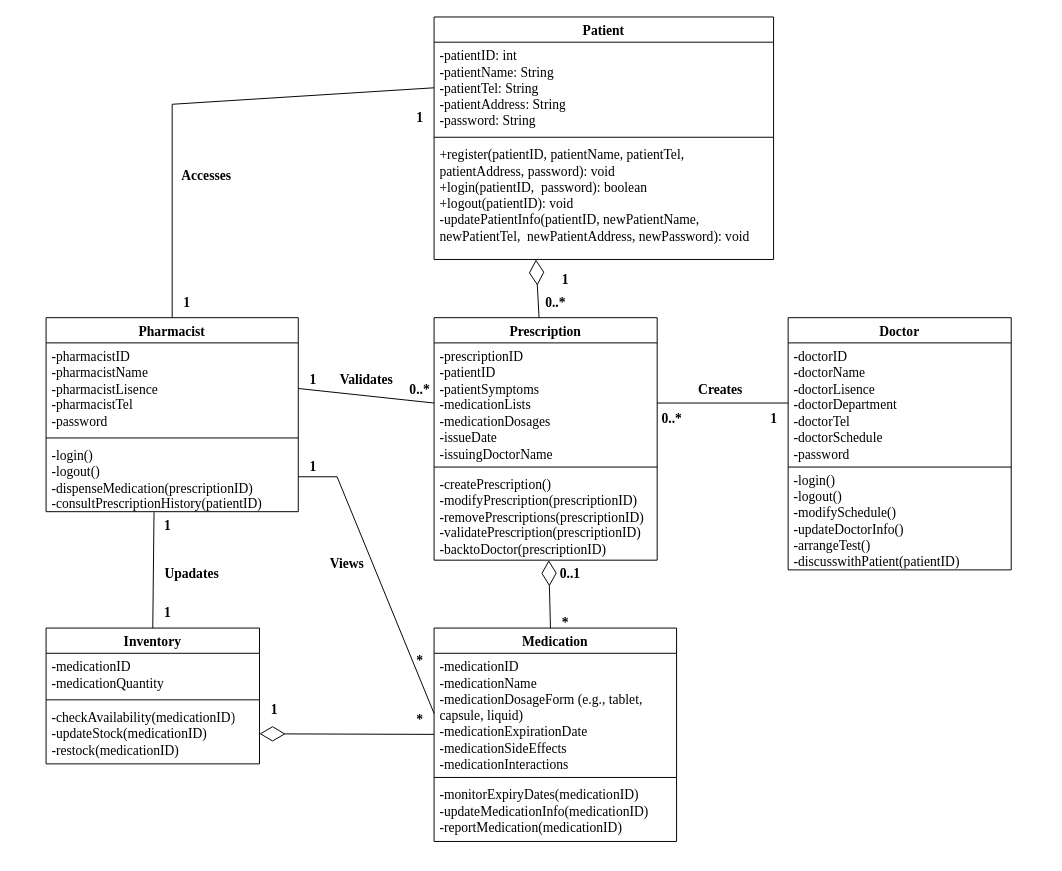
This is Class Diagram_Pharmacy.drawio from FOMOKN/Software-Engineering, a draw.io file, before an edit. Source tidied: cells renumbered, new cells numbered last; positions are measured from the earlier drawing's top-left corner, leaving out a move shared by most shapes. Both pictures are drawn from the tidied source at 97%, with x=0, y=0 at pixel (46, 16).
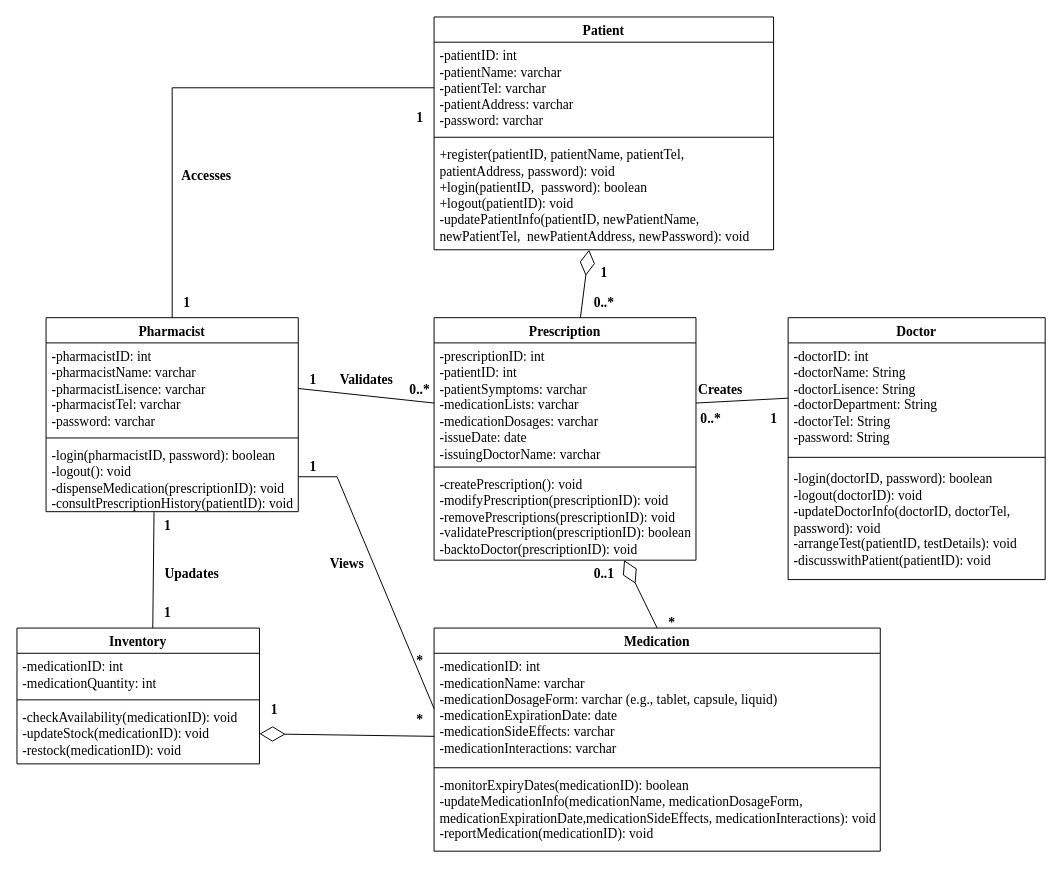
Above is the later version.

Unchanged cells that the change refers to:
```xml
<mxCell id="10" value="&lt;font style=&quot;font-size: 14px;&quot; face=&quot;Times New Roman&quot;&gt;Pharmacist&lt;/font&gt;" style="swimlane;fontStyle=1;align=center;verticalAlign=top;horizontal=1;startSize=26;whiteSpace=wrap;html=1;" parent="1" vertex="1">
  <mxGeometry y="310" width="260" height="200" as="geometry" />
</mxCell>
```

Change to the diagram source:
```diff
@@
     <mxCell id="2" value="Medication" style="swimlane;fontStyle=1;align=center;verticalAlign=top;horizontal=1;startSize=26;whiteSpace=wrap;html=1;fontFamily=Times New Roman;fontSize=14;" parent="1" vertex="1">
-      <mxGeometry x="400" y="630" width="250" height="220" as="geometry" />
+      <mxGeometry x="400" y="630" width="460" height="230" as="geometry" />
     </mxCell>
-    <mxCell id="3" value="-medicationID&lt;br&gt;-medicationName&lt;br style=&quot;font-size: 14px;&quot;&gt;-medicationDosageForm (e.g., tablet, capsule, liquid)&lt;br style=&quot;font-size: 14px;&quot;&gt;-medicationExpirationDate&lt;br&gt;-medicationSideEffects&lt;br&gt;-medicationInteractions" style="text;strokeColor=none;fillColor=none;align=left;verticalAlign=top;spacingLeft=4;spacingRight=4;overflow=hidden;points=[[0,0.5],[1,0.5]];portConstraint=eastwest;whiteSpace=wrap;html=1;fontFamily=Times New Roman;fontSize=14;" parent="2" vertex="1">
-      <mxGeometry y="26" width="250" height="124" as="geometry" />
+    <mxCell id="3" value="-medicationID:&amp;nbsp;int&lt;br&gt;-medicationName: varchar&lt;br style=&quot;font-size: 14px;&quot;&gt;-medicationDosageForm: varchar (e.g., tablet, capsule, liquid)&lt;br style=&quot;font-size: 14px;&quot;&gt;-medicationExpirationDate: date&lt;br&gt;-medicationSideEffects: varchar&lt;br&gt;-medicationInteractions: varchar" style="text;strokeColor=none;fillColor=none;align=left;verticalAlign=top;spacingLeft=4;spacingRight=4;overflow=hidden;points=[[0,0.5],[1,0.5]];portConstraint=eastwest;whiteSpace=wrap;html=1;fontFamily=Times New Roman;fontSize=14;" parent="2" vertex="1">
+      <mxGeometry y="26" width="460" height="114" as="geometry" />
     </mxCell>
     <mxCell id="4" style="line;strokeWidth=1;fillColor=none;align=left;verticalAlign=middle;spacingTop=-1;spacingLeft=3;spacingRight=3;labelPosition=right;strokeColor=inherit;" parent="2" vertex="1">
-      <mxGeometry y="150" width="250" height="8" as="geometry" />
+      <mxGeometry y="140" width="460" height="8" as="geometry" />
     </mxCell>
-    <mxCell id="5" value="-monitorExpiryDates(medicationID)&lt;br&gt;-updateMedicationInfo(medicationID)&lt;br&gt;-reportMedication(medicationID)" style="text;strokeColor=none;fillColor=none;align=left;verticalAlign=top;spacingLeft=4;spacingRight=4;overflow=hidden;whiteSpace=wrap;html=1;fontFamily=Times New Roman;fontSize=14;" parent="2" vertex="1">
-      <mxGeometry y="158" width="250" height="62" as="geometry" />
+    <mxCell id="5" value="-monitorExpiryDates(medicationID):&amp;nbsp;boolean&lt;br&gt;-updateMedicationInfo(medicationName, medicationDosageForm, medicationExpirationDate,medicationSideEffects, medicationInteractions):&amp;nbsp;void&lt;br&gt;-reportMedication(medicationID):&amp;nbsp;void" style="text;strokeColor=none;fillColor=none;align=left;verticalAlign=top;spacingLeft=4;spacingRight=4;overflow=hidden;whiteSpace=wrap;html=1;fontFamily=Times New Roman;fontSize=14;" parent="2" vertex="1">
+      <mxGeometry y="148" width="460" height="82" as="geometry" />
     </mxCell>
     <mxCell id="6" value="Inventory" style="swimlane;fontStyle=1;align=center;verticalAlign=top;horizontal=1;startSize=26;whiteSpace=wrap;html=1;fontFamily=Times New Roman;fontSize=14;" parent="1" vertex="1">
-      <mxGeometry y="630" width="220" height="140" as="geometry" />
+      <mxGeometry x="-30" y="630" width="250" height="140" as="geometry" />
     </mxCell>
-    <mxCell id="7" value="-medicationID&lt;br style=&quot;font-size: 14px;&quot;&gt;-medicationQuantity" style="text;strokeColor=none;fillColor=none;align=left;verticalAlign=top;spacingLeft=4;spacingRight=4;overflow=hidden;whiteSpace=wrap;html=1;fontFamily=Times New Roman;fontSize=14;" parent="6" vertex="1">
-      <mxGeometry y="26" width="220" height="44" as="geometry" />
+    <mxCell id="7" value="-medicationID: int&lt;br style=&quot;font-size: 14px;&quot;&gt;-medicationQuantity: int" style="text;strokeColor=none;fillColor=none;align=left;verticalAlign=top;spacingLeft=4;spacingRight=4;overflow=hidden;whiteSpace=wrap;html=1;fontFamily=Times New Roman;fontSize=14;" parent="6" vertex="1">
+      <mxGeometry y="26" width="250" height="44" as="geometry" />
     </mxCell>
     <mxCell id="8" style="line;strokeWidth=1;fillColor=none;align=left;verticalAlign=middle;spacingTop=-1;spacingLeft=3;spacingRight=3;labelPosition=right;strokeColor=inherit;" parent="6" vertex="1">
-      <mxGeometry y="70" width="220" height="8" as="geometry" />
+      <mxGeometry y="70" width="250" height="8" as="geometry" />
     </mxCell>
-    <mxCell id="9" value="-checkAvailability(medicationID)&lt;br&gt;-updateStock(medicationID)&lt;br&gt;-restock(medicationID)" style="text;strokeColor=none;fillColor=none;align=left;verticalAlign=top;spacingLeft=4;spacingRight=4;overflow=hidden;points=[[0,0.5],[1,0.5]];portConstraint=eastwest;whiteSpace=wrap;html=1;fontFamily=Times New Roman;fontSize=14;" parent="6" vertex="1">
-      <mxGeometry y="78" width="220" height="62" as="geometry" />
+    <mxCell id="9" value="-checkAvailability(medicationID): void&lt;br&gt;-updateStock(medicationID): void&lt;br&gt;-restock(medicationID): void" style="text;strokeColor=none;fillColor=none;align=left;verticalAlign=top;spacingLeft=4;spacingRight=4;overflow=hidden;points=[[0,0.5],[1,0.5]];portConstraint=eastwest;whiteSpace=wrap;html=1;fontFamily=Times New Roman;fontSize=14;" parent="6" vertex="1">
+      <mxGeometry y="78" width="250" height="62" as="geometry" />
     </mxCell>
@@
-    <mxCell id="11" value="-pharmacistID&lt;br&gt;-pharmacistName&lt;br style=&quot;font-size: 14px;&quot;&gt;-pharmacistLisence&lt;br&gt;-pharmacistTel&lt;br&gt;-password" style="text;strokeColor=none;fillColor=none;align=left;verticalAlign=top;spacingLeft=4;spacingRight=4;overflow=hidden;points=[[0,0.5],[1,0.5]];portConstraint=eastwest;whiteSpace=wrap;html=1;fontFamily=Times New Roman;fontSize=14;" parent="10" vertex="1">
+    <mxCell id="11" value="-pharmacistID: int&lt;br&gt;-pharmacistName: varchar&lt;br style=&quot;font-size: 14px;&quot;&gt;-pharmacistLisence: varchar&lt;br&gt;-pharmacistTel: varchar&lt;br&gt;-password: varchar" style="text;strokeColor=none;fillColor=none;align=left;verticalAlign=top;spacingLeft=4;spacingRight=4;overflow=hidden;points=[[0,0.5],[1,0.5]];portConstraint=eastwest;whiteSpace=wrap;html=1;fontFamily=Times New Roman;fontSize=14;" parent="10" vertex="1">
       <mxGeometry y="26" width="260" height="94" as="geometry" />
     </mxCell>
@@
-    <mxCell id="13" value="&lt;font style=&quot;font-size: 14px;&quot;&gt;-login()&lt;br style=&quot;border-color: var(--border-color);&quot;&gt;-logout()&lt;br&gt;-dispenseMedication(prescriptionID)&lt;br style=&quot;font-size: 14px;&quot;&gt;&lt;/font&gt;&lt;font style=&quot;font-size: 14px;&quot;&gt;-consultPrescriptionHistory(patientID)&lt;br&gt;&lt;br&gt;&lt;br style=&quot;font-size: 14px;&quot;&gt;&lt;/font&gt;" style="text;strokeColor=none;fillColor=none;align=left;verticalAlign=top;spacingLeft=4;spacingRight=4;overflow=hidden;points=[[0,0.5],[1,0.5]];portConstraint=eastwest;whiteSpace=wrap;html=1;fontFamily=Times New Roman;fontSize=14;" parent="10" vertex="1">
+    <mxCell id="13" value="&lt;font style=&quot;font-size: 14px;&quot;&gt;-login(pharmacistID, password): boolean&lt;br style=&quot;border-color: var(--border-color);&quot;&gt;-logout(): void&lt;br&gt;-dispenseMedication(prescriptionID): void&lt;br style=&quot;font-size: 14px;&quot;&gt;&lt;/font&gt;&lt;font style=&quot;font-size: 14px;&quot;&gt;-consultPrescriptionHistory(patientID): void&lt;br&gt;&lt;br&gt;&lt;br style=&quot;font-size: 14px;&quot;&gt;&lt;/font&gt;" style="text;strokeColor=none;fillColor=none;align=left;verticalAlign=top;spacingLeft=4;spacingRight=4;overflow=hidden;points=[[0,0.5],[1,0.5]];portConstraint=eastwest;whiteSpace=wrap;html=1;fontFamily=Times New Roman;fontSize=14;" parent="10" vertex="1">
       <mxGeometry y="128" width="260" height="72" as="geometry" />
     </mxCell>
@@
     <mxCell id="15" value="*" style="text;html=1;align=center;verticalAlign=middle;strokeColor=none;fillColor=none;fontFamily=Times New Roman;fontSize=14;fontStyle=1;" parent="1" vertex="1">
-      <mxGeometry x="520" y="610" width="30" height="30" as="geometry" />
+      <mxGeometry x="630" y="610" width="30" height="30" as="geometry" />
     </mxCell>
     <mxCell id="16" value="0..1" style="text;html=1;align=center;verticalAlign=middle;strokeColor=none;fillColor=none;fontSize=14;fontFamily=Times New Roman;fontStyle=1;" parent="1" vertex="1">
-      <mxGeometry x="520" y="560" width="40" height="30" as="geometry" />
+      <mxGeometry x="555" y="560" width="40" height="30" as="geometry" />
     </mxCell>
@@
     <mxCell id="19" value="&lt;font style=&quot;font-size: 14px;&quot;&gt;Prescription&lt;/font&gt;" style="swimlane;fontStyle=1;align=center;verticalAlign=top;horizontal=1;startSize=26;whiteSpace=wrap;html=1;fontFamily=Times New Roman;" parent="1" vertex="1">
-      <mxGeometry x="400" y="310" width="230" height="250" as="geometry" />
+      <mxGeometry x="400" y="310" width="270" height="250" as="geometry" />
     </mxCell>
-    <mxCell id="20" value="-prescriptionID&lt;br style=&quot;border-color: var(--border-color);&quot;&gt;-patientID&lt;br style=&quot;border-color: var(--border-color);&quot;&gt;-patientSymptoms&lt;br style=&quot;border-color: var(--border-color);&quot;&gt;-medicationLists&lt;br style=&quot;border-color: var(--border-color);&quot;&gt;-medicationDosages&lt;br style=&quot;border-color: var(--border-color);&quot;&gt;-issueDate&lt;br style=&quot;border-color: var(--border-color);&quot;&gt;-issuingDoctorName" style="text;strokeColor=none;fillColor=none;align=left;verticalAlign=top;spacingLeft=4;spacingRight=4;overflow=hidden;points=[[0,0.5],[1,0.5]];portConstraint=eastwest;whiteSpace=wrap;html=1;fontFamily=Times New Roman;fontSize=14;" parent="19" vertex="1">
-      <mxGeometry y="26" width="230" height="124" as="geometry" />
+    <mxCell id="20" value="-prescriptionID: int&lt;br style=&quot;border-color: var(--border-color);&quot;&gt;-patientID: int&lt;br style=&quot;border-color: var(--border-color);&quot;&gt;-patientSymptoms:&amp;nbsp;varchar&lt;br style=&quot;border-color: var(--border-color);&quot;&gt;-medicationLists:&amp;nbsp;varchar&lt;br style=&quot;border-color: var(--border-color);&quot;&gt;-medicationDosages:&amp;nbsp;varchar&lt;br style=&quot;border-color: var(--border-color);&quot;&gt;-issueDate: date&lt;br style=&quot;border-color: var(--border-color);&quot;&gt;-issuingDoctorName:&amp;nbsp;varchar" style="text;strokeColor=none;fillColor=none;align=left;verticalAlign=top;spacingLeft=4;spacingRight=4;overflow=hidden;points=[[0,0.5],[1,0.5]];portConstraint=eastwest;whiteSpace=wrap;html=1;fontFamily=Times New Roman;fontSize=14;" parent="19" vertex="1">
+      <mxGeometry y="26" width="270" height="124" as="geometry" />
     </mxCell>
     <mxCell id="21" style="line;strokeWidth=1;fillColor=none;align=left;verticalAlign=middle;spacingTop=-1;spacingLeft=3;spacingRight=3;labelPosition=right;strokeColor=inherit;" parent="19" vertex="1">
-      <mxGeometry y="150" width="230" height="8" as="geometry" />
+      <mxGeometry y="150" width="270" height="8" as="geometry" />
     </mxCell>
-    <mxCell id="22" value="-createPrescription()&lt;br style=&quot;border-color: var(--border-color);&quot;&gt;-modifyPrescription(prescriptionID)&lt;br style=&quot;border-color: var(--border-color);&quot;&gt;-removePrescriptions(prescriptionID)&lt;br&gt;-validatePrescription(prescriptionID)&lt;br&gt;-backtoDoctor(prescriptionID)" style="text;strokeColor=none;fillColor=none;align=left;verticalAlign=top;spacingLeft=4;spacingRight=4;overflow=hidden;whiteSpace=wrap;html=1;fontFamily=Times New Roman;fontSize=14;" parent="19" vertex="1">
-      <mxGeometry y="158" width="230" height="92" as="geometry" />
+    <mxCell id="22" value="-createPrescription():&amp;nbsp;void&lt;br style=&quot;border-color: var(--border-color);&quot;&gt;-modifyPrescription(prescriptionID):&amp;nbsp;void&lt;br style=&quot;border-color: var(--border-color);&quot;&gt;-removePrescriptions(prescriptionID):&amp;nbsp;void&lt;br&gt;-validatePrescription(prescriptionID): boolean&lt;br&gt;-backtoDoctor(prescriptionID):&amp;nbsp;void" style="text;strokeColor=none;fillColor=none;align=left;verticalAlign=top;spacingLeft=4;spacingRight=4;overflow=hidden;whiteSpace=wrap;html=1;fontFamily=Times New Roman;fontSize=14;" parent="19" vertex="1">
+      <mxGeometry y="158" width="270" height="92" as="geometry" />
     </mxCell>
-    <mxCell id="23" style="endArrow=diamondThin;endFill=0;endSize=24;html=1;rounded=0;exitX=0.48;exitY=0;exitDx=0;exitDy=0;exitPerimeter=0;" parent="1" edge="1" source="2" target="19">
+    <mxCell id="23" style="endArrow=diamondThin;endFill=0;endSize=24;html=1;rounded=0;exitX=0.5;exitY=0;exitDx=0;exitDy=0;" parent="1" edge="1" source="2" target="19">
       <mxGeometry relative="1" as="geometry" />
     </mxCell>
     <mxCell id="24" value="&lt;font style=&quot;font-size: 14px;&quot; face=&quot;Times New Roman&quot;&gt;Doctor&lt;/font&gt;" style="swimlane;fontStyle=1;align=center;verticalAlign=top;horizontal=1;startSize=26;whiteSpace=wrap;html=1;" parent="1" vertex="1">
-      <mxGeometry x="765" y="310" width="230" height="260" as="geometry" />
+      <mxGeometry x="765" y="310" width="265" height="270" as="geometry" />
     </mxCell>
-    <mxCell id="25" value="-doctorID&lt;br style=&quot;font-size: 14px;&quot;&gt;-doctorName&lt;br&gt;-doctorLisence&lt;br style=&quot;font-size: 14px;&quot;&gt;-doctorDepartment&lt;br style=&quot;font-size: 14px;&quot;&gt;-doctorTel&lt;br style=&quot;font-size: 14px;&quot;&gt;-doctorSchedule&lt;br&gt;-password" style="text;strokeColor=none;fillColor=none;align=left;verticalAlign=top;spacingLeft=4;spacingRight=4;overflow=hidden;points=[[0,0.5],[1,0.5]];portConstraint=eastwest;whiteSpace=wrap;html=1;fontFamily=Times New Roman;fontStyle=0;fontSize=14;" parent="24" vertex="1">
-      <mxGeometry y="26" width="230" height="124" as="geometry" />
+    <mxCell id="25" value="-doctorID: int&lt;br style=&quot;border-color: var(--border-color);&quot;&gt;-doctorName: String&lt;br&gt;-doctorLisence:&amp;nbsp;String&lt;br style=&quot;font-size: 14px;&quot;&gt;-doctorDepartment:&amp;nbsp;String&lt;br style=&quot;font-size: 14px;&quot;&gt;-doctorTel:&amp;nbsp;String&lt;br&gt;-password:&amp;nbsp;String" style="text;strokeColor=none;fillColor=none;align=left;verticalAlign=top;spacingLeft=4;spacingRight=4;overflow=hidden;points=[[0,0.5],[1,0.5]];portConstraint=eastwest;whiteSpace=wrap;html=1;fontFamily=Times New Roman;fontStyle=0;fontSize=14;" parent="24" vertex="1">
+      <mxGeometry y="26" width="265" height="114" as="geometry" />
     </mxCell>
     <mxCell id="26" style="line;strokeWidth=1;fillColor=none;align=left;verticalAlign=middle;spacingTop=-1;spacingLeft=3;spacingRight=3;labelPosition=right;strokeColor=inherit;" parent="24" vertex="1">
-      <mxGeometry y="150" width="230" height="8" as="geometry" />
+      <mxGeometry y="140" width="265" height="8" as="geometry" />
     </mxCell>
-    <mxCell id="27" value="-login()&lt;br&gt;-logout()&lt;br style=&quot;font-size: 14px;&quot;&gt;-modifySchedule()&lt;br style=&quot;font-size: 14px;&quot;&gt;-updateDoctorInfo()&lt;br style=&quot;font-size: 14px;&quot;&gt;-arrangeTest()&lt;br&gt;-discusswithPatient(patientID)" style="text;strokeColor=none;fillColor=none;align=left;verticalAlign=middle;spacingLeft=4;spacingRight=4;overflow=hidden;whiteSpace=wrap;html=1;fontSize=14;fontFamily=Times New Roman;" parent="24" vertex="1">
-      <mxGeometry y="158" width="230" height="102" as="geometry" />
+    <mxCell id="27" value="-login(doctorID, password):&amp;nbsp;boolean&lt;br&gt;-logout(doctorID):&amp;nbsp;void&lt;br style=&quot;font-size: 14px;&quot;&gt;-updateDoctorInfo(doctorID, doctorTel, password):&amp;nbsp;void&lt;br style=&quot;font-size: 14px;&quot;&gt;-arrangeTest(patientID, testDetails):&amp;nbsp;void&lt;br&gt;-discusswithPatient(patientID): void" style="text;strokeColor=none;fillColor=none;align=left;verticalAlign=middle;spacingLeft=4;spacingRight=4;overflow=hidden;whiteSpace=wrap;html=1;fontSize=14;fontFamily=Times New Roman;" parent="24" vertex="1">
+      <mxGeometry y="148" width="265" height="122" as="geometry" />
     </mxCell>
     <mxCell id="28" value="Patient" style="swimlane;fontStyle=1;align=center;verticalAlign=top;horizontal=1;startSize=26;whiteSpace=wrap;html=1;fontFamily=Times New Roman;fontSize=14;" parent="1" vertex="1">
-      <mxGeometry x="400" width="350" height="250" as="geometry" />
+      <mxGeometry x="400" width="350" height="240" as="geometry" />
     </mxCell>
-    <mxCell id="29" value="-patientID: int&lt;br style=&quot;font-size: 14px;&quot;&gt;-patientName:&amp;nbsp;String&lt;br style=&quot;font-size: 14px;&quot;&gt;-patientTel:&amp;nbsp;String&lt;br style=&quot;font-size: 14px;&quot;&gt;-patientAddress:&amp;nbsp;String&lt;br style=&quot;font-size: 14px;&quot;&gt;-password:&amp;nbsp;String" style="text;strokeColor=none;fillColor=none;align=left;verticalAlign=top;spacingLeft=4;spacingRight=4;overflow=hidden;points=[[0,0.5],[1,0.5]];portConstraint=eastwest;whiteSpace=wrap;html=1;fontFamily=Times New Roman;fontSize=14;" parent="28" vertex="1">
+    <mxCell id="29" value="-patientID: int&lt;br style=&quot;font-size: 14px;&quot;&gt;-patientName:&amp;nbsp;varchar&lt;br style=&quot;font-size: 14px;&quot;&gt;-patientTel: varchar&lt;br style=&quot;font-size: 14px;&quot;&gt;-patientAddress: varchar&lt;br style=&quot;font-size: 14px;&quot;&gt;-password: varchar" style="text;strokeColor=none;fillColor=none;align=left;verticalAlign=top;spacingLeft=4;spacingRight=4;overflow=hidden;points=[[0,0.5],[1,0.5]];portConstraint=eastwest;whiteSpace=wrap;html=1;fontFamily=Times New Roman;fontSize=14;" parent="28" vertex="1">
       <mxGeometry y="26" width="350" height="94" as="geometry" />
     </mxCell>
@@
     <mxCell id="31" value="+register(patientID, patientName, patientTel, patientAddress, password): void&lt;br&gt;+login(patientID,&amp;nbsp; password): boolean&lt;br style=&quot;border-color: var(--border-color); font-size: 14px;&quot;&gt;+logout(patientID):&amp;nbsp;void&lt;br&gt;-updatePatientInfo(patientID, newPatientName, newPatientTel,&amp;nbsp; newPatientAddress, newPassword):&amp;nbsp;void&lt;span style=&quot;font-size: 14px;&quot;&gt;&lt;br&gt;&lt;/span&gt;" style="text;strokeColor=none;fillColor=none;align=left;verticalAlign=top;spacingLeft=4;spacingRight=4;overflow=hidden;whiteSpace=wrap;html=1;fontSize=14;fontFamily=Times New Roman;" parent="28" vertex="1">
-      <mxGeometry y="128" width="350" height="122" as="geometry" />
+      <mxGeometry y="128" width="350" height="112" as="geometry" />
     </mxCell>
     <mxCell id="32" value="1" style="text;html=1;align=center;verticalAlign=middle;strokeColor=none;fillColor=none;fontFamily=Times New Roman;fontStyle=1;fontSize=14;" parent="1" vertex="1">
-      <mxGeometry x="520" y="257" width="30" height="30" as="geometry" />
+      <mxGeometry x="560" y="250" width="30" height="30" as="geometry" />
     </mxCell>
     <mxCell id="33" value="0..*" style="text;html=1;align=center;verticalAlign=middle;strokeColor=none;fillColor=none;fontStyle=1;fontFamily=Times New Roman;fontSize=14;" parent="1" vertex="1">
-      <mxGeometry x="505" y="280" width="40" height="30" as="geometry" />
+      <mxGeometry x="555" y="280" width="40" height="30" as="geometry" />
     </mxCell>
@@
-    <mxCell id="42" style="endArrow=diamondThin;endFill=0;endSize=24;html=1;rounded=0;entryX=0.397;entryY=0.989;entryDx=0;entryDy=0;entryPerimeter=0;" parent="1" edge="1" source="19">
-      <mxGeometry relative="1" as="geometry">
-        <mxPoint x="505" y="250" as="targetPoint" />
-      </mxGeometry>
+    <mxCell id="42" style="endArrow=diamondThin;endFill=0;endSize=24;html=1;rounded=0;" parent="1" edge="1" source="19" target="28">
+      <mxGeometry relative="1" as="geometry" />
     </mxCell>
@@
     <mxCell id="50" value="0..*" style="text;html=1;align=center;verticalAlign=middle;strokeColor=none;fillColor=none;fontFamily=Times New Roman;fontSize=14;fontStyle=1;" parent="1" vertex="1">
-      <mxGeometry x="625" y="400" width="40" height="30" as="geometry" />
+      <mxGeometry x="665" y="400" width="40" height="30" as="geometry" />
     </mxCell>
     <mxCell id="51" style="endArrow=none;html=1;rounded=0;entryX=0;entryY=0.5;entryDx=0;entryDy=0;exitX=0.5;exitY=0;exitDx=0;exitDy=0;" parent="1" edge="1" source="10" target="29">
       <mxGeometry relative="1" as="geometry">
         <Array as="points">
-          <mxPoint x="130" y="90" />
+          <mxPoint x="130" y="73" />
         </Array>
       </mxGeometry>
     </mxCell>
```
